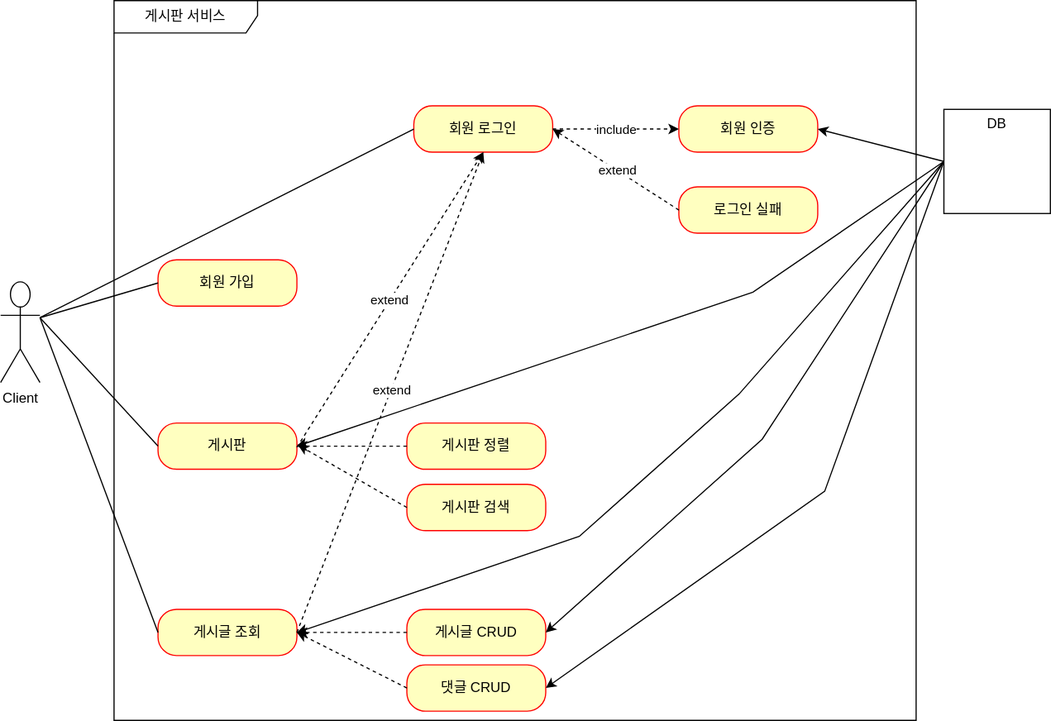
This is document/use-case.svg from illson97/100SOO, a draw.io export, as it was before one commit. Source tidied: cells renumbered, new cells last; positions are measured from the earlier drawing's top-left corner, leaving out a move shared by most shapes.
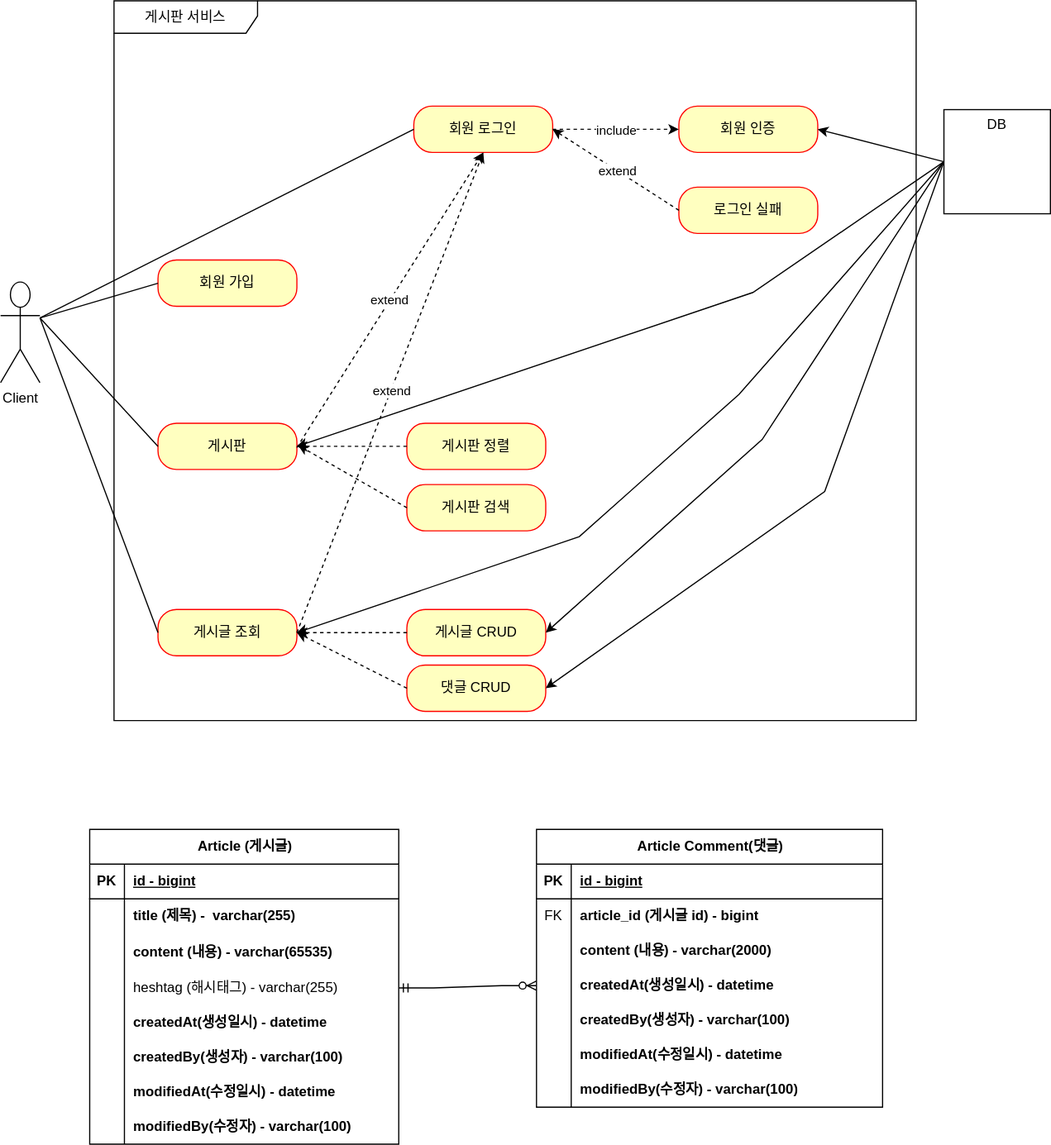
The same file after the commit.

Commit message:
#6 - use-case, ERD 업데이트

Change to the diagram source:
```diff
@@ -138,5 +138,149 @@
     <mxCell id="36" style="endArrow=classic;html=1;rounded=0;entryX=1;entryY=0.5;entryDx=0;entryDy=0;exitX=0;exitY=0.5;exitDx=0;exitDy=0;" parent="1" edge="1" source="31" target="8">
       <mxGeometry relative="1" as="geometry" />
     </mxCell>
+    <mxCell id="37" value="Article (게시글)" style="shape=table;startSize=30;rowLines=0;fontStyle=1;align=center;html=1;" parent="1" vertex="1">
+      <mxGeometry x="77" y="716" width="267" height="272" as="geometry" />
+    </mxCell>
+    <mxCell id="38" style="shape=tableRow;horizontal=0;startSize=0;swimlaneHead=0;swimlaneBody=0;fillColor=none;top=0;left=0;right=0;bottom=1;" parent="37" vertex="1">
+      <mxGeometry y="30" width="267" height="30" as="geometry" />
+    </mxCell>
+    <mxCell id="39" value="PK" style="shape=partialRectangle;fillColor=none;top=0;left=0;bottom=0;right=0;fontStyle=1;overflow=hidden;whiteSpace=wrap;html=1;" parent="38" vertex="1">
+      <mxGeometry width="30" height="30" as="geometry" />
+    </mxCell>
+    <mxCell id="40" value="id - bigint" style="shape=partialRectangle;fillColor=none;top=0;left=0;bottom=0;right=0;align=left;spacingLeft=6;fontStyle=5;overflow=hidden;whiteSpace=wrap;html=1;" parent="38" vertex="1">
+      <mxGeometry x="30" width="237" height="30" as="geometry" />
+    </mxCell>
+    <mxCell id="41" style="shape=tableRow;horizontal=0;startSize=0;swimlaneHead=0;swimlaneBody=0;fillColor=none;top=0;left=0;right=0;bottom=0;" parent="37" vertex="1">
+      <mxGeometry y="60" width="267" height="30" as="geometry" />
+    </mxCell>
+    <mxCell id="42" style="shape=partialRectangle;fillColor=none;top=0;left=0;bottom=0;right=0;overflow=hidden;whiteSpace=wrap;html=1;" parent="41" vertex="1">
+      <mxGeometry width="30" height="30" as="geometry" />
+    </mxCell>
+    <mxCell id="43" value="title (제목) -&amp;nbsp; varchar(255)" style="shape=partialRectangle;fillColor=none;top=0;left=0;bottom=0;right=0;align=left;spacingLeft=6;overflow=hidden;whiteSpace=wrap;html=1;fontStyle=1;" parent="41" vertex="1">
+      <mxGeometry x="30" width="237" height="30" as="geometry" />
+    </mxCell>
+    <mxCell id="44" style="shape=tableRow;horizontal=0;startSize=0;swimlaneHead=0;swimlaneBody=0;fillColor=none;top=0;left=0;right=0;bottom=0;" parent="37" vertex="1">
+      <mxGeometry y="90" width="267" height="32" as="geometry" />
+    </mxCell>
+    <mxCell id="45" style="shape=partialRectangle;fillColor=none;top=0;left=0;bottom=0;right=0;overflow=hidden;whiteSpace=wrap;html=1;" parent="44" vertex="1">
+      <mxGeometry width="30" height="32" as="geometry" />
+    </mxCell>
+    <mxCell id="46" value="content (내용) - varchar(65535)" style="shape=partialRectangle;fillColor=none;top=0;left=0;bottom=0;right=0;align=left;spacingLeft=6;overflow=hidden;whiteSpace=wrap;html=1;fontStyle=1;" parent="44" vertex="1">
+      <mxGeometry x="30" width="237" height="32" as="geometry" />
+    </mxCell>
+    <mxCell id="47" style="shape=tableRow;horizontal=0;startSize=0;swimlaneHead=0;swimlaneBody=0;fillColor=none;points=[[0,0.5],[1,0.5]];portConstraint=eastwest;top=0;left=0;right=0;bottom=0;" parent="37" vertex="1">
+      <mxGeometry y="122" width="267" height="30" as="geometry" />
+    </mxCell>
+    <mxCell id="48" style="shape=partialRectangle;fillColor=none;top=0;left=0;bottom=0;right=0;overflow=hidden;whiteSpace=wrap;html=1;" parent="47" vertex="1">
+      <mxGeometry width="30" height="30" as="geometry" />
+    </mxCell>
+    <mxCell id="49" value="heshtag (해시태그) -&amp;nbsp;varchar(255)" style="shape=partialRectangle;fillColor=none;top=0;left=0;bottom=0;right=0;align=left;spacingLeft=6;overflow=hidden;whiteSpace=wrap;html=1;" parent="47" vertex="1">
+      <mxGeometry x="30" width="237" height="30" as="geometry" />
+    </mxCell>
+    <mxCell id="50" style="shape=tableRow;horizontal=0;startSize=0;swimlaneHead=0;swimlaneBody=0;fillColor=none;top=0;left=0;right=0;bottom=0;" parent="37" vertex="1">
+      <mxGeometry y="152" width="267" height="30" as="geometry" />
+    </mxCell>
+    <mxCell id="51" style="shape=partialRectangle;fillColor=none;top=0;left=0;bottom=0;right=0;overflow=hidden;whiteSpace=wrap;html=1;" parent="50" vertex="1">
+      <mxGeometry width="30" height="30" as="geometry" />
+    </mxCell>
+    <mxCell id="52" value="createdAt(생성일시) - datetime" style="shape=partialRectangle;fillColor=none;top=0;left=0;bottom=0;right=0;align=left;spacingLeft=6;overflow=hidden;whiteSpace=wrap;html=1;fontStyle=1;" parent="50" vertex="1">
+      <mxGeometry x="30" width="237" height="30" as="geometry" />
+    </mxCell>
+    <mxCell id="53" style="shape=tableRow;horizontal=0;startSize=0;swimlaneHead=0;swimlaneBody=0;fillColor=none;top=0;left=0;right=0;bottom=0;" parent="37" vertex="1">
+      <mxGeometry y="182" width="267" height="30" as="geometry" />
+    </mxCell>
+    <mxCell id="54" style="shape=partialRectangle;fillColor=none;top=0;left=0;bottom=0;right=0;overflow=hidden;whiteSpace=wrap;html=1;" parent="53" vertex="1">
+      <mxGeometry width="30" height="30" as="geometry" />
+    </mxCell>
+    <mxCell id="55" value="createdBy(생성자) - varchar(100)" style="shape=partialRectangle;fillColor=none;top=0;left=0;bottom=0;right=0;align=left;spacingLeft=6;overflow=hidden;whiteSpace=wrap;html=1;fontStyle=1;" parent="53" vertex="1">
+      <mxGeometry x="30" width="237" height="30" as="geometry" />
+    </mxCell>
+    <mxCell id="56" style="shape=tableRow;horizontal=0;startSize=0;swimlaneHead=0;swimlaneBody=0;fillColor=none;top=0;left=0;right=0;bottom=0;" parent="37" vertex="1">
+      <mxGeometry y="212" width="267" height="30" as="geometry" />
+    </mxCell>
+    <mxCell id="57" style="shape=partialRectangle;fillColor=none;top=0;left=0;bottom=0;right=0;overflow=hidden;whiteSpace=wrap;html=1;" parent="56" vertex="1">
+      <mxGeometry width="30" height="30" as="geometry" />
+    </mxCell>
+    <mxCell id="58" value="modifiedAt(수정일시) - datetime" style="shape=partialRectangle;fillColor=none;top=0;left=0;bottom=0;right=0;align=left;spacingLeft=6;overflow=hidden;whiteSpace=wrap;html=1;fontStyle=1;" parent="56" vertex="1">
+      <mxGeometry x="30" width="237" height="30" as="geometry" />
+    </mxCell>
+    <mxCell id="59" style="shape=tableRow;horizontal=0;startSize=0;swimlaneHead=0;swimlaneBody=0;fillColor=none;top=0;left=0;right=0;bottom=0;" parent="37" vertex="1">
+      <mxGeometry y="242" width="267" height="30" as="geometry" />
+    </mxCell>
+    <mxCell id="60" style="shape=partialRectangle;fillColor=none;top=0;left=0;bottom=0;right=0;overflow=hidden;whiteSpace=wrap;html=1;" parent="59" vertex="1">
+      <mxGeometry width="30" height="30" as="geometry" />
+    </mxCell>
+    <mxCell id="61" value="modifiedBy(수정자) - varchar(100)" style="shape=partialRectangle;fillColor=none;top=0;left=0;bottom=0;right=0;align=left;spacingLeft=6;overflow=hidden;whiteSpace=wrap;html=1;fontStyle=1;" parent="59" vertex="1">
+      <mxGeometry x="30" width="237" height="30" as="geometry" />
+    </mxCell>
+    <mxCell id="62" value="Article Comment(댓글)" style="shape=table;startSize=30;rowLines=0;fontStyle=1;align=center;html=1;" parent="1" vertex="1">
+      <mxGeometry x="463" y="716" width="299" height="240" as="geometry" />
+    </mxCell>
+    <mxCell id="63" style="shape=tableRow;horizontal=0;startSize=0;swimlaneHead=0;swimlaneBody=0;fillColor=none;top=0;left=0;right=0;bottom=1;" parent="62" vertex="1">
+      <mxGeometry y="30" width="299" height="30" as="geometry" />
+    </mxCell>
+    <mxCell id="64" value="PK" style="shape=partialRectangle;fillColor=none;top=0;left=0;bottom=0;right=0;fontStyle=1;overflow=hidden;whiteSpace=wrap;html=1;" parent="63" vertex="1">
+      <mxGeometry width="30" height="30" as="geometry" />
+    </mxCell>
+    <mxCell id="65" value="id - bigint" style="shape=partialRectangle;fillColor=none;top=0;left=0;bottom=0;right=0;align=left;spacingLeft=6;fontStyle=5;overflow=hidden;whiteSpace=wrap;html=1;" parent="63" vertex="1">
+      <mxGeometry x="30" width="269" height="30" as="geometry" />
+    </mxCell>
+    <mxCell id="66" style="shape=tableRow;horizontal=0;startSize=0;swimlaneHead=0;swimlaneBody=0;fillColor=none;top=0;left=0;right=0;bottom=0;" parent="62" vertex="1">
+      <mxGeometry y="60" width="299" height="30" as="geometry" />
+    </mxCell>
+    <mxCell id="67" value="FK" style="shape=partialRectangle;fillColor=none;top=0;left=0;bottom=0;right=0;overflow=hidden;whiteSpace=wrap;html=1;" parent="66" vertex="1">
+      <mxGeometry width="30" height="30" as="geometry" />
+    </mxCell>
+    <mxCell id="68" value="article_id (게시글 id) - bigint" style="shape=partialRectangle;fillColor=none;top=0;left=0;bottom=0;right=0;align=left;spacingLeft=6;overflow=hidden;whiteSpace=wrap;html=1;fontStyle=1;strokeWidth=1;" parent="66" vertex="1">
+      <mxGeometry x="30" width="269" height="30" as="geometry" />
+    </mxCell>
+    <mxCell id="69" style="shape=tableRow;horizontal=0;startSize=0;swimlaneHead=0;swimlaneBody=0;fillColor=none;top=0;left=0;right=0;bottom=0;" parent="62" vertex="1">
+      <mxGeometry y="90" width="299" height="30" as="geometry" />
+    </mxCell>
+    <mxCell id="70" style="shape=partialRectangle;fillColor=none;top=0;left=0;bottom=0;right=0;overflow=hidden;whiteSpace=wrap;html=1;" parent="69" vertex="1">
+      <mxGeometry width="30" height="30" as="geometry" />
+    </mxCell>
+    <mxCell id="71" value="content (내용) - varchar(2000)" style="shape=partialRectangle;fillColor=none;top=0;left=0;bottom=0;right=0;align=left;spacingLeft=6;overflow=hidden;whiteSpace=wrap;html=1;fontStyle=1;strokeWidth=1;" parent="69" vertex="1">
+      <mxGeometry x="30" width="269" height="30" as="geometry" />
+    </mxCell>
+    <mxCell id="72" style="shape=tableRow;horizontal=0;startSize=0;swimlaneHead=0;swimlaneBody=0;fillColor=none;points=[[0,0.5],[1,0.5]];portConstraint=eastwest;top=0;left=0;right=0;bottom=0;" parent="62" vertex="1">
+      <mxGeometry y="120" width="299" height="30" as="geometry" />
+    </mxCell>
+    <mxCell id="73" style="shape=partialRectangle;fillColor=none;top=0;left=0;bottom=0;right=0;overflow=hidden;whiteSpace=wrap;html=1;" parent="72" vertex="1">
+      <mxGeometry width="30" height="30" as="geometry" />
+    </mxCell>
+    <mxCell id="74" value="createdAt(생성일시) - datetime" style="shape=partialRectangle;fillColor=none;top=0;left=0;bottom=0;right=0;align=left;spacingLeft=6;overflow=hidden;whiteSpace=wrap;html=1;fontStyle=1;strokeWidth=1;" parent="72" vertex="1">
+      <mxGeometry x="30" width="269" height="30" as="geometry" />
+    </mxCell>
+    <mxCell id="75" style="shape=tableRow;horizontal=0;startSize=0;swimlaneHead=0;swimlaneBody=0;fillColor=none;top=0;left=0;right=0;bottom=0;" parent="62" vertex="1">
+      <mxGeometry y="150" width="299" height="30" as="geometry" />
+    </mxCell>
+    <mxCell id="76" style="shape=partialRectangle;fillColor=none;top=0;left=0;bottom=0;right=0;overflow=hidden;whiteSpace=wrap;html=1;" parent="75" vertex="1">
+      <mxGeometry width="30" height="30" as="geometry" />
+    </mxCell>
+    <mxCell id="77" value="createdBy(생성자) - varchar(100)" style="shape=partialRectangle;fillColor=none;top=0;left=0;bottom=0;right=0;align=left;spacingLeft=6;overflow=hidden;whiteSpace=wrap;html=1;fontStyle=1;strokeWidth=1;" parent="75" vertex="1">
+      <mxGeometry x="30" width="269" height="30" as="geometry" />
+    </mxCell>
+    <mxCell id="78" style="shape=tableRow;horizontal=0;startSize=0;swimlaneHead=0;swimlaneBody=0;fillColor=none;top=0;left=0;right=0;bottom=0;" parent="62" vertex="1">
+      <mxGeometry y="180" width="299" height="30" as="geometry" />
+    </mxCell>
+    <mxCell id="79" style="shape=partialRectangle;fillColor=none;top=0;left=0;bottom=0;right=0;overflow=hidden;whiteSpace=wrap;html=1;" parent="78" vertex="1">
+      <mxGeometry width="30" height="30" as="geometry" />
+    </mxCell>
+    <mxCell id="80" value="modifiedAt(수정일시) - datetime" style="shape=partialRectangle;fillColor=none;top=0;left=0;bottom=0;right=0;align=left;spacingLeft=6;overflow=hidden;whiteSpace=wrap;html=1;fontStyle=1;strokeWidth=1;" parent="78" vertex="1">
+      <mxGeometry x="30" width="269" height="30" as="geometry" />
+    </mxCell>
+    <mxCell id="81" style="shape=tableRow;horizontal=0;startSize=0;swimlaneHead=0;swimlaneBody=0;fillColor=none;top=0;left=0;right=0;bottom=0;" parent="62" vertex="1">
+      <mxGeometry y="210" width="299" height="30" as="geometry" />
+    </mxCell>
+    <mxCell id="82" style="shape=partialRectangle;fillColor=none;top=0;left=0;bottom=0;right=0;overflow=hidden;whiteSpace=wrap;html=1;" parent="81" vertex="1">
+      <mxGeometry width="30" height="30" as="geometry" />
+    </mxCell>
+    <mxCell id="83" value="modifiedBy(수정자) - varchar(100)" style="shape=partialRectangle;fillColor=none;top=0;left=0;bottom=0;right=0;align=left;spacingLeft=6;overflow=hidden;whiteSpace=wrap;html=1;fontStyle=1;strokeWidth=1;" parent="81" vertex="1">
+      <mxGeometry x="30" width="269" height="30" as="geometry" />
+    </mxCell>
+    <mxCell id="84" style="edgeStyle=entityRelationEdgeStyle;fontSize=12;html=1;endArrow=ERzeroToMany;startArrow=ERmandOne;rounded=0;exitX=1;exitY=0.5;exitDx=0;exitDy=0;entryX=0;entryY=0.5;entryDx=0;entryDy=0;" parent="1" edge="1" source="47" target="72">
+      <mxGeometry relative="1" as="geometry" />
+    </mxCell>
   </root>
 </mxGraphModel>
```
